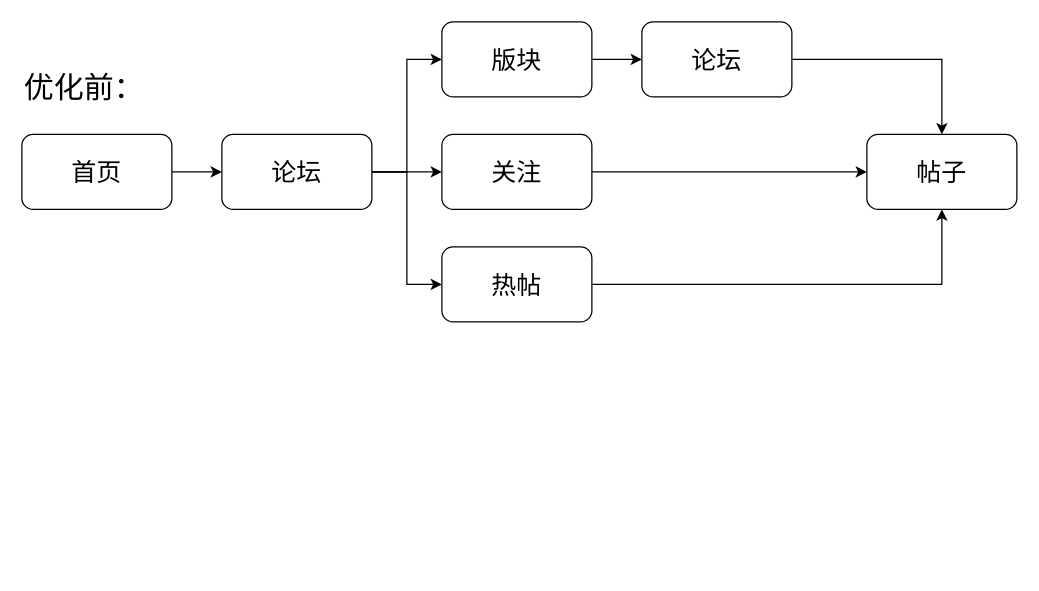
Before: Untitled Diagram.drawio in Lysitios/FlowChart, a draw.io diagram. Source tidied: cells renumbered, new cells numbered last; positions are measured from the earlier drawing's top-left corner, leaving out a move shared by most shapes. Both pictures are drawn from the tidied source at 125%, with x=0, y=0 at pixel (21, 21).
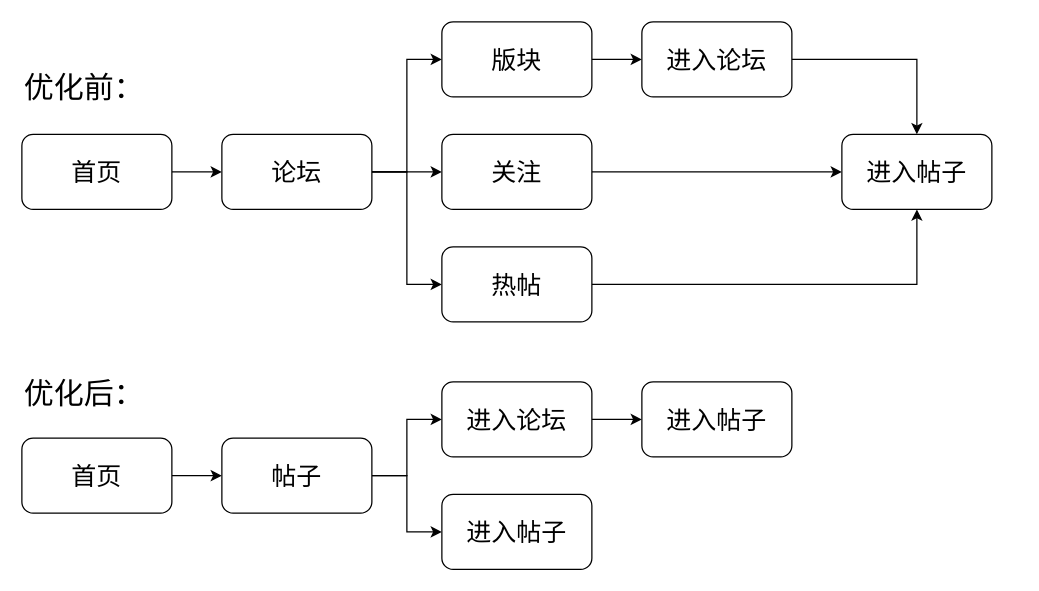
After the change.

Change to the diagram source:
```diff
@@
-    <mxCell id="14" value="&lt;font style=&quot;font-size: 20px&quot;&gt;帖子&lt;/font&gt;" style="rounded=1;whiteSpace=wrap;html=1;" parent="1" vertex="1">
-      <mxGeometry x="676" y="90" width="120" height="60" as="geometry" />
+    <mxCell id="14" value="&lt;font style=&quot;font-size: 20px&quot;&gt;进入帖子&lt;/font&gt;" style="rounded=1;whiteSpace=wrap;html=1;" parent="1" vertex="1">
+      <mxGeometry x="656" y="90" width="120" height="60" as="geometry" />
     </mxCell>
@@
-    <mxCell id="16" value="&lt;font style=&quot;font-size: 20px&quot;&gt;论坛&lt;/font&gt;" style="rounded=1;whiteSpace=wrap;html=1;" parent="1" vertex="1">
+    <mxCell id="16" value="&lt;font style=&quot;font-size: 20px&quot;&gt;进入论坛&lt;/font&gt;" style="rounded=1;whiteSpace=wrap;html=1;" parent="1" vertex="1">
       <mxGeometry x="496" width="120" height="60" as="geometry" />
     </mxCell>
@@
+    <mxCell id="18" value="&lt;font style=&quot;font-size: 24px&quot;&gt;优化后：&lt;/font&gt;" style="text;html=1;align=left;verticalAlign=top;spacingTop=-4;" parent="1" vertex="1">
+      <mxGeometry y="281" width="110" height="20" as="geometry" />
+    </mxCell>
+    <mxCell id="19" style="edgeStyle=orthogonalEdgeStyle;rounded=0;jettySize=auto;html=1;exitX=1;exitY=0.5;exitDx=0;exitDy=0;entryX=0;entryY=0.5;entryDx=0;entryDy=0;" parent="1" edge="1" source="20" target="23">
+      <mxGeometry relative="1" as="geometry" />
+    </mxCell>
+    <mxCell id="20" value="&lt;font style=&quot;font-size: 20px&quot;&gt;首页&lt;/font&gt;" style="rounded=1;whiteSpace=wrap;html=1;" parent="1" vertex="1">
+      <mxGeometry y="333" width="120" height="60" as="geometry" />
+    </mxCell>
+    <mxCell id="21" style="edgeStyle=orthogonalEdgeStyle;rounded=0;jettySize=auto;html=1;exitX=1;exitY=0.5;exitDx=0;exitDy=0;entryX=0;entryY=0.5;entryDx=0;entryDy=0;" parent="1" edge="1" source="23" target="25">
+      <mxGeometry relative="1" as="geometry" />
+    </mxCell>
+    <mxCell id="22" style="edgeStyle=orthogonalEdgeStyle;rounded=0;jettySize=auto;html=1;exitX=1;exitY=0.5;exitDx=0;exitDy=0;entryX=0;entryY=0.5;entryDx=0;entryDy=0;" parent="1" edge="1" source="23" target="26">
+      <mxGeometry relative="1" as="geometry" />
+    </mxCell>
+    <mxCell id="23" value="&lt;font style=&quot;font-size: 20px&quot;&gt;帖子&lt;/font&gt;" style="rounded=1;whiteSpace=wrap;html=1;" parent="1" vertex="1">
+      <mxGeometry x="160" y="333" width="120" height="60" as="geometry" />
+    </mxCell>
+    <mxCell id="24" style="edgeStyle=orthogonalEdgeStyle;rounded=0;jettySize=auto;html=1;exitX=1;exitY=0.5;exitDx=0;exitDy=0;entryX=0;entryY=0.5;entryDx=0;entryDy=0;" parent="1" edge="1" source="25" target="27">
+      <mxGeometry relative="1" as="geometry" />
+    </mxCell>
+    <mxCell id="25" value="&lt;font style=&quot;font-size: 20px&quot;&gt;进入论坛&lt;/font&gt;" style="rounded=1;whiteSpace=wrap;html=1;" parent="1" vertex="1">
+      <mxGeometry x="336" y="288" width="120" height="60" as="geometry" />
+    </mxCell>
+    <mxCell id="26" value="&lt;font style=&quot;font-size: 20px&quot;&gt;进入帖子&lt;/font&gt;" style="rounded=1;whiteSpace=wrap;html=1;" parent="1" vertex="1">
+      <mxGeometry x="336" y="378" width="120" height="60" as="geometry" />
+    </mxCell>
+    <mxCell id="27" value="&lt;font style=&quot;font-size: 20px&quot;&gt;进入帖子&lt;/font&gt;" style="rounded=1;whiteSpace=wrap;html=1;" parent="1" vertex="1">
+      <mxGeometry x="496" y="288" width="120" height="60" as="geometry" />
+    </mxCell>
```
